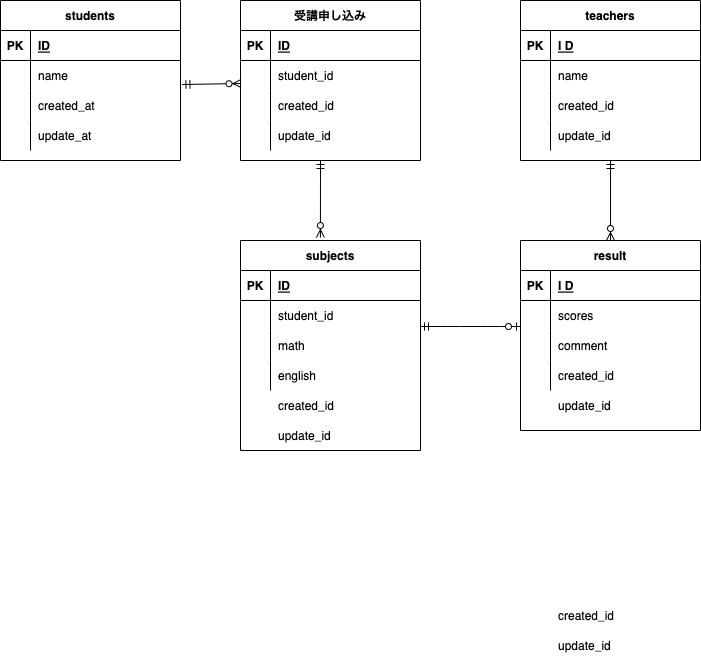
This is index.drawio.png from FukumuraTakayuki/20221019ERtest, a draw.io export, as it was before one commit. Source tidied: cells renumbered, new cells last; positions are measured from the earlier drawing's top-left corner, leaving out a move shared by most shapes.
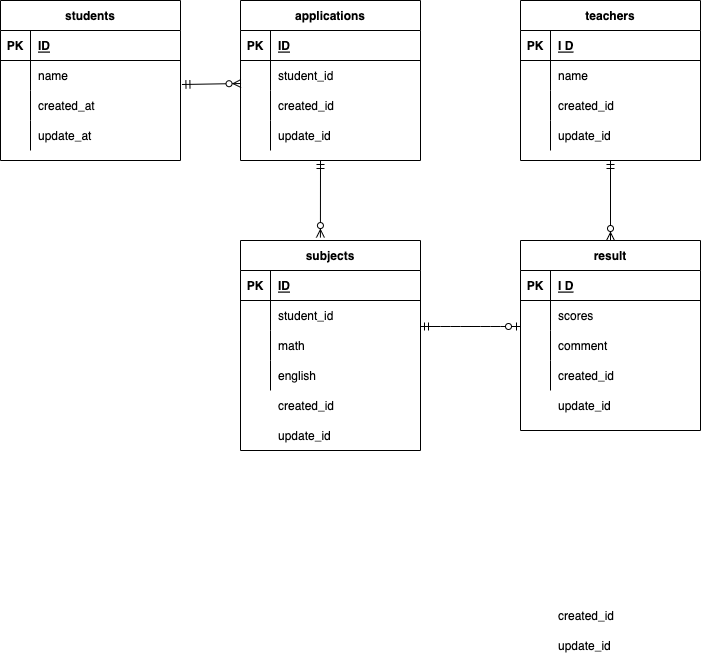
The same file after the commit.

Change to the diagram source:
```diff
@@ -41,7 +41,7 @@
     <mxCell id="14" value="update_at" style="shape=partialRectangle;fillColor=none;top=0;left=0;bottom=0;right=0;align=left;spacingLeft=6;overflow=hidden;" parent="12" vertex="1">
       <mxGeometry x="30" width="150" height="30" as="geometry" />
     </mxCell>
-    <mxCell id="15" value="受講申し込み" style="shape=table;startSize=30;rowLines=0;fontStyle=1;align=center;" parent="1" vertex="1">
+    <mxCell id="15" value="applications" style="shape=table;startSize=30;rowLines=0;fontStyle=1;align=center;" parent="1" vertex="1">
       <mxGeometry x="240" width="180" height="160" as="geometry" />
     </mxCell>
     <mxCell id="16" style="shape=partialRectangle;fillColor=none;top=0;left=0;bottom=1;right=0;" parent="15" vertex="1">
```
